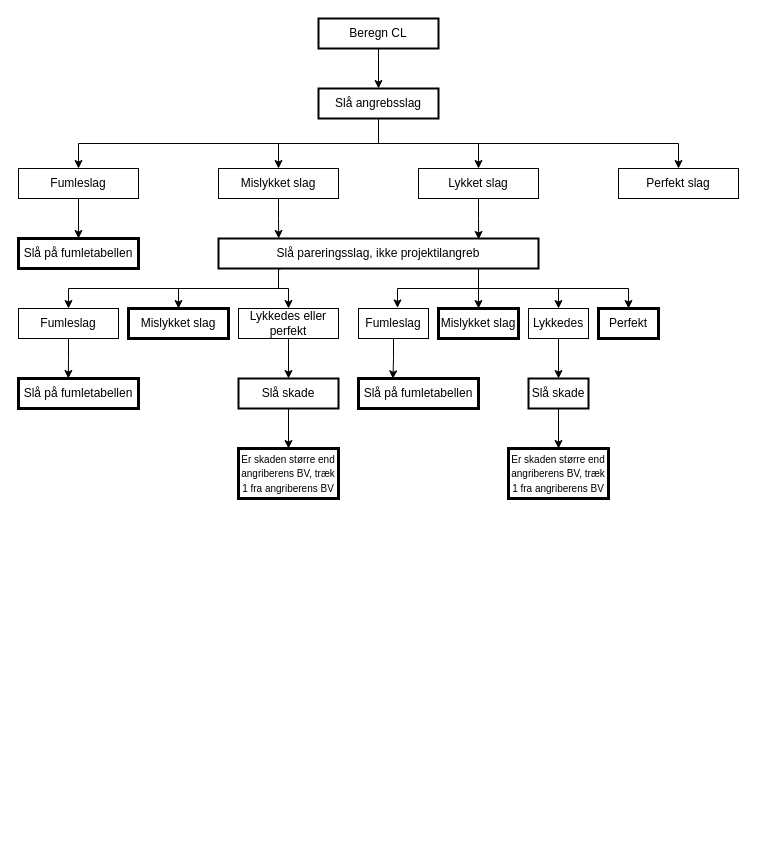
Before: kampdiagram.drawio in steampunklolcat/DoD4DK, a draw.io diagram. Source tidied: cells renumbered, new cells numbered last; positions are measured from the earlier drawing's top-left corner, leaving out a move shared by most shapes. Both pictures are drawn from the tidied source at 100%, with x=0, y=0 at pixel (18, 18).
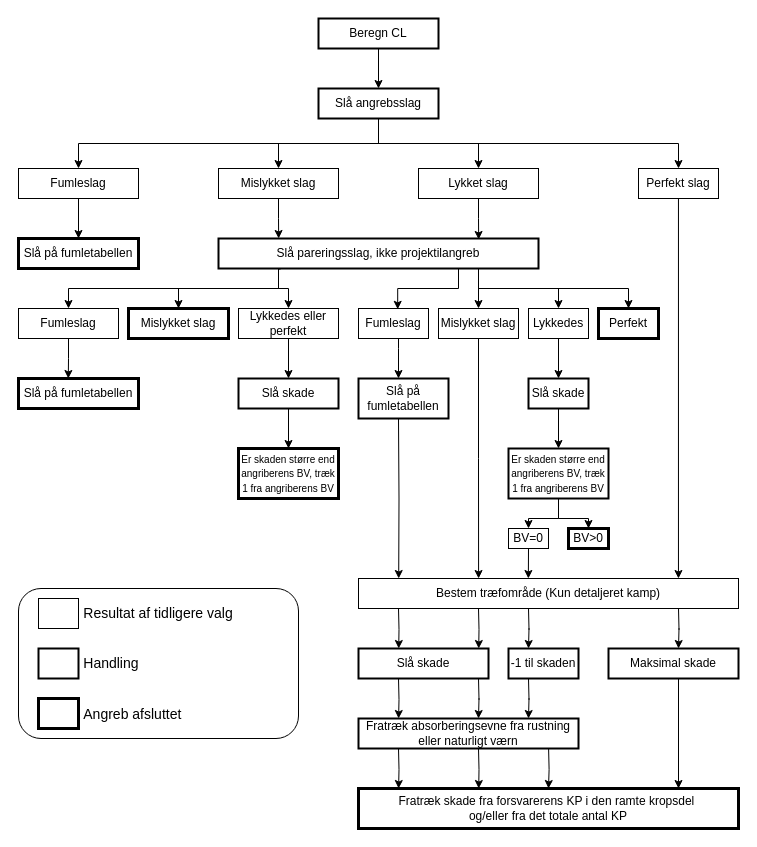
After the change.

Unchanged cells that the change refers to:
```xml
<mxCell id="8" value="Slå angrebsslag" style="rounded=0;whiteSpace=wrap;html=1;strokeWidth=2;" parent="1" vertex="1">
  <mxGeometry x="300" y="70" width="120" height="30" as="geometry" />
</mxCell>
<mxCell id="21" value="Slå pareringsslag, ikke projektilangreb" style="rounded=0;whiteSpace=wrap;html=1;strokeWidth=2;" parent="1" vertex="1">
  <mxGeometry x="200" y="220" width="320" height="30" as="geometry" />
</mxCell>
<mxCell id="32" value="Fumleslag" style="rounded=0;whiteSpace=wrap;html=1;" parent="1" vertex="1">
  <mxGeometry x="340" y="290" width="70" height="30" as="geometry" />
</mxCell>
```

The edit, as a diff of the source:
```diff
@@
-    <mxCell id="7" style="edgeStyle=orthogonalEdgeStyle;rounded=0;jettySize=auto;html=1;exitX=0.5;exitY=1;exitDx=0;exitDy=0;entryX=0.5;entryY=0;entryDx=0;entryDy=0;" parent="1" edge="1" source="8" target="13">
+    <mxCell id="7" style="edgeStyle=orthogonalEdgeStyle;rounded=0;jettySize=auto;html=1;exitX=0.5;exitY=1;exitDx=0;exitDy=0;" parent="1" edge="1" source="8" target="13">
       <mxGeometry relative="1" as="geometry" />
     </mxCell>
@@
+    <mxCell id="44" style="edgeStyle=orthogonalEdgeStyle;rounded=0;jettySize=auto;html=1;entryX=0.842;entryY=0;entryDx=0;entryDy=0;entryPerimeter=0;" parent="1" edge="1" source="13" target="49">
+      <mxGeometry relative="1" as="geometry" />
+    </mxCell>
     <mxCell id="13" value="Perfekt slag" style="rounded=0;whiteSpace=wrap;html=1;" parent="1" vertex="1">
-      <mxGeometry x="600" y="150" width="120" height="30" as="geometry" />
+      <mxGeometry x="620" y="150" width="80" height="30" as="geometry" />
     </mxCell>
@@
+    <mxCell id="42" style="edgeStyle=orthogonalEdgeStyle;rounded=0;jettySize=auto;html=1;exitX=0.75;exitY=1;exitDx=0;exitDy=0;entryX=0.56;entryY=0.027;entryDx=0;entryDy=0;entryPerimeter=0;" parent="1" edge="1" source="21" target="32">
+      <mxGeometry relative="1" as="geometry">
+        <Array as="points">
+          <mxPoint x="440" y="270" />
+          <mxPoint x="380" y="270" />
+          <mxPoint x="380" y="291" />
+        </Array>
+      </mxGeometry>
+    </mxCell>
@@
+    <mxCell id="43" style="edgeStyle=orthogonalEdgeStyle;rounded=0;jettySize=auto;html=1;" parent="1" edge="1" source="32" target="36">
+      <mxGeometry relative="1" as="geometry">
+        <Array as="points">
+          <mxPoint x="380" y="330" />
+          <mxPoint x="380" y="330" />
+        </Array>
+      </mxGeometry>
+    </mxCell>
@@
-    <mxCell id="33" value="Mislykket slag" style="rounded=0;whiteSpace=wrap;html=1;strokeWidth=3;" parent="1" vertex="1">
+    <mxCell id="33" value="Mislykket slag" style="rounded=0;whiteSpace=wrap;html=1;strokeWidth=1;" parent="1" vertex="1">
       <mxGeometry x="420" y="290" width="80" height="30" as="geometry" />
     </mxCell>
@@
-    <mxCell id="36" value="Slå på fumletabellen" style="rounded=0;whiteSpace=wrap;html=1;strokeWidth=3;" parent="1" vertex="1">
-      <mxGeometry x="340" y="360" width="120" height="30" as="geometry" />
+    <mxCell id="36" value="Slå på&lt;div&gt;fumletabellen&lt;/div&gt;" style="rounded=0;whiteSpace=wrap;html=1;strokeWidth=2;" parent="1" vertex="1">
+      <mxGeometry x="340" y="360" width="90" height="40" as="geometry" />
     </mxCell>
@@
+    <mxCell id="45" style="edgeStyle=orthogonalEdgeStyle;rounded=0;jettySize=auto;html=1;exitX=0.5;exitY=1;exitDx=0;exitDy=0;entryX=0.5;entryY=0;entryDx=0;entryDy=0;" parent="1" edge="1" source="39" target="48">
+      <mxGeometry relative="1" as="geometry" />
+    </mxCell>
+    <mxCell id="46" style="edgeStyle=orthogonalEdgeStyle;rounded=0;jettySize=auto;html=1;exitX=0.5;exitY=1;exitDx=0;exitDy=0;entryX=0.5;entryY=0;entryDx=0;entryDy=0;" parent="1" edge="1" source="39" target="47">
+      <mxGeometry relative="1" as="geometry" />
+    </mxCell>
-    <mxCell id="39" value="&lt;font style=&quot;font-size: 10px;&quot;&gt;Er skaden større end angriberens BV, træk 1 fra angriberens BV&lt;/font&gt;" style="rounded=0;whiteSpace=wrap;html=1;strokeWidth=3;" parent="1" vertex="1">
+    <mxCell id="39" value="&lt;font style=&quot;font-size: 10px;&quot;&gt;Er skaden større end angriberens BV, træk 1 fra angriberens BV&lt;/font&gt;" style="rounded=0;whiteSpace=wrap;html=1;strokeWidth=2;" parent="1" vertex="1">
       <mxGeometry x="490" y="430" width="100" height="50" as="geometry" />
     </mxCell>
@@
-    <mxCell id="42" style="edgeStyle=orthogonalEdgeStyle;rounded=0;jettySize=auto;html=1;exitX=0.75;exitY=1;exitDx=0;exitDy=0;entryX=0.557;entryY=-0.019;entryDx=0;entryDy=0;entryPerimeter=0;" parent="1" edge="1" source="21" target="32">
-      <mxGeometry relative="1" as="geometry">
-        <Array as="points">
-          <mxPoint x="460" y="250" />
-          <mxPoint x="460" y="270" />
-          <mxPoint x="379" y="270" />
-        </Array>
-      </mxGeometry>
-    </mxCell>
-    <mxCell id="43" style="edgeStyle=orthogonalEdgeStyle;rounded=0;jettySize=auto;html=1;exitX=0.5;exitY=1;exitDx=0;exitDy=0;entryX=0.287;entryY=0.01;entryDx=0;entryDy=0;entryPerimeter=0;" parent="1" edge="1" source="32" target="36">
-      <mxGeometry relative="1" as="geometry" />
-    </mxCell>
+    <mxCell id="47" value="BV=0" style="rounded=0;whiteSpace=wrap;html=1;" parent="1" vertex="1">
+      <mxGeometry x="490" y="510" width="40" height="20" as="geometry" />
+    </mxCell>
+    <mxCell id="48" value="BV&amp;gt;0" style="rounded=0;whiteSpace=wrap;html=1;strokeWidth=3;" parent="1" vertex="1">
+      <mxGeometry x="550" y="510" width="40" height="20" as="geometry" />
+    </mxCell>
+    <mxCell id="49" value="Bestem træfområde (Kun detaljeret kamp)" style="rounded=0;whiteSpace=wrap;html=1;" parent="1" vertex="1">
+      <mxGeometry x="340" y="560" width="380" height="30" as="geometry" />
+    </mxCell>
+    <mxCell id="50" style="edgeStyle=orthogonalEdgeStyle;rounded=0;jettySize=auto;html=1;exitX=0.5;exitY=1;exitDx=0;exitDy=0;entryX=0.447;entryY=0;entryDx=0;entryDy=0;entryPerimeter=0;" parent="1" edge="1" source="47" target="49">
+      <mxGeometry relative="1" as="geometry" />
+    </mxCell>
+    <mxCell id="51" value="Fratræk skade fra forsvarerens KP i den ramte kropsdel&amp;nbsp;&lt;div&gt;&lt;span style=&quot;background-color: initial;&quot;&gt;og/eller fra det totale antal KP&lt;/span&gt;&lt;/div&gt;" style="rounded=0;whiteSpace=wrap;html=1;strokeWidth=3;" parent="1" vertex="1">
+      <mxGeometry x="340" y="770" width="380" height="40" as="geometry" />
+    </mxCell>
+    <mxCell id="52" value="Slå skade" style="rounded=0;whiteSpace=wrap;html=1;strokeWidth=2;" parent="1" vertex="1">
+      <mxGeometry x="340" y="630" width="130" height="30" as="geometry" />
+    </mxCell>
+    <mxCell id="53" style="edgeStyle=orthogonalEdgeStyle;rounded=0;orthogonalLoop=1;jettySize=auto;html=1;exitX=0.5;exitY=1;exitDx=0;exitDy=0;entryX=0.119;entryY=0;entryDx=0;entryDy=0;entryPerimeter=0;" parent="1" edge="1">
+      <mxGeometry relative="1" as="geometry">
+        <mxPoint x="380" y="400" as="sourcePoint" />
+        <mxPoint x="380.2" y="560" as="targetPoint" />
+      </mxGeometry>
+    </mxCell>
+    <mxCell id="54" style="edgeStyle=orthogonalEdgeStyle;rounded=0;jettySize=auto;html=1;exitX=0.5;exitY=1;exitDx=0;exitDy=0;entryX=0.316;entryY=0;entryDx=0;entryDy=0;entryPerimeter=0;" parent="1" edge="1" source="33" target="49">
+      <mxGeometry relative="1" as="geometry" />
+    </mxCell>
+    <mxCell id="55" style="edgeStyle=orthogonalEdgeStyle;rounded=0;orthogonalLoop=1;jettySize=auto;html=1;exitX=0.25;exitY=1;exitDx=0;exitDy=0;entryX=0.732;entryY=0;entryDx=0;entryDy=0;entryPerimeter=0;" parent="1" edge="1">
+      <mxGeometry relative="1" as="geometry">
+        <mxPoint x="380" y="590" as="sourcePoint" />
+        <mxPoint x="380.2" y="630" as="targetPoint" />
+      </mxGeometry>
+    </mxCell>
+    <mxCell id="56" style="edgeStyle=orthogonalEdgeStyle;rounded=0;orthogonalLoop=1;jettySize=auto;html=1;exitX=0.25;exitY=1;exitDx=0;exitDy=0;entryX=0.732;entryY=0;entryDx=0;entryDy=0;entryPerimeter=0;" parent="1" edge="1">
+      <mxGeometry relative="1" as="geometry">
+        <mxPoint x="460" y="590" as="sourcePoint" />
+        <mxPoint x="460.2" y="630" as="targetPoint" />
+      </mxGeometry>
+    </mxCell>
+    <mxCell id="57" value="-1 til skaden" style="rounded=0;whiteSpace=wrap;html=1;strokeWidth=2;" parent="1" vertex="1">
+      <mxGeometry x="490" y="630" width="70" height="30" as="geometry" />
+    </mxCell>
+    <mxCell id="58" value="Maksimal skade" style="rounded=0;whiteSpace=wrap;html=1;strokeWidth=2;" parent="1" vertex="1">
+      <mxGeometry x="590" y="630" width="130" height="30" as="geometry" />
+    </mxCell>
+    <mxCell id="59" style="edgeStyle=orthogonalEdgeStyle;rounded=0;orthogonalLoop=1;jettySize=auto;html=1;exitX=0.75;exitY=1;exitDx=0;exitDy=0;entryX=0.269;entryY=0;entryDx=0;entryDy=0;entryPerimeter=0;" parent="1" edge="1">
+      <mxGeometry relative="1" as="geometry">
+        <mxPoint x="660" y="590" as="sourcePoint" />
+        <mxPoint x="660" y="630" as="targetPoint" />
+      </mxGeometry>
+    </mxCell>
+    <mxCell id="60" value="Fratræk absorberingsevne fra rustning eller naturligt værn" style="rounded=0;whiteSpace=wrap;html=1;strokeWidth=2;" parent="1" vertex="1">
+      <mxGeometry x="340" y="700" width="220" height="30" as="geometry" />
+    </mxCell>
+    <mxCell id="61" style="edgeStyle=orthogonalEdgeStyle;rounded=0;orthogonalLoop=1;jettySize=auto;html=1;exitX=0.5;exitY=1;exitDx=0;exitDy=0;entryX=0.571;entryY=0;entryDx=0;entryDy=0;entryPerimeter=0;" parent="1" edge="1">
+      <mxGeometry relative="1" as="geometry">
+        <mxPoint x="510" y="590" as="sourcePoint" />
+        <mxPoint x="510" y="630" as="targetPoint" />
+      </mxGeometry>
+    </mxCell>
+    <mxCell id="62" style="edgeStyle=orthogonalEdgeStyle;rounded=0;orthogonalLoop=1;jettySize=auto;html=1;exitX=0.5;exitY=1;exitDx=0;exitDy=0;entryX=0.841;entryY=0;entryDx=0;entryDy=0;entryPerimeter=0;" parent="1" edge="1">
+      <mxGeometry relative="1" as="geometry">
+        <mxPoint x="510" y="660" as="sourcePoint" />
+        <mxPoint x="510" y="700" as="targetPoint" />
+      </mxGeometry>
+    </mxCell>
+    <mxCell id="63" style="edgeStyle=orthogonalEdgeStyle;rounded=0;orthogonalLoop=1;jettySize=auto;html=1;exitX=0.75;exitY=1;exitDx=0;exitDy=0;entryX=0.443;entryY=0;entryDx=0;entryDy=0;entryPerimeter=0;" parent="1" edge="1">
+      <mxGeometry relative="1" as="geometry">
+        <mxPoint x="460" y="660" as="sourcePoint" />
+        <mxPoint x="460" y="700" as="targetPoint" />
+      </mxGeometry>
+    </mxCell>
+    <mxCell id="64" style="edgeStyle=orthogonalEdgeStyle;rounded=0;orthogonalLoop=1;jettySize=auto;html=1;exitX=0.25;exitY=1;exitDx=0;exitDy=0;entryX=0.148;entryY=0;entryDx=0;entryDy=0;entryPerimeter=0;" parent="1" edge="1">
+      <mxGeometry relative="1" as="geometry">
+        <mxPoint x="380" y="660" as="sourcePoint" />
+        <mxPoint x="380.1" y="700" as="targetPoint" />
+      </mxGeometry>
+    </mxCell>
+    <mxCell id="65" style="edgeStyle=orthogonalEdgeStyle;rounded=0;orthogonalLoop=1;jettySize=auto;html=1;exitX=0.25;exitY=1;exitDx=0;exitDy=0;entryX=0.145;entryY=0;entryDx=0;entryDy=0;entryPerimeter=0;" parent="1" edge="1">
+      <mxGeometry relative="1" as="geometry">
+        <mxPoint x="380" y="730" as="sourcePoint" />
+        <mxPoint x="380.1" y="770" as="targetPoint" />
+      </mxGeometry>
+    </mxCell>
+    <mxCell id="66" style="edgeStyle=orthogonalEdgeStyle;rounded=0;orthogonalLoop=1;jettySize=auto;html=1;exitX=0.5;exitY=1;exitDx=0;exitDy=0;entryX=0.29;entryY=0;entryDx=0;entryDy=0;entryPerimeter=0;" parent="1" edge="1">
+      <mxGeometry relative="1" as="geometry">
+        <mxPoint x="460" y="730" as="sourcePoint" />
+        <mxPoint x="460.2" y="770" as="targetPoint" />
+      </mxGeometry>
+    </mxCell>
+    <mxCell id="67" style="edgeStyle=orthogonalEdgeStyle;rounded=0;orthogonalLoop=1;jettySize=auto;html=1;exitX=0.75;exitY=1;exitDx=0;exitDy=0;entryX=0.434;entryY=0;entryDx=0;entryDy=0;entryPerimeter=0;" parent="1" edge="1">
+      <mxGeometry relative="1" as="geometry">
+        <mxPoint x="530.1" y="730" as="sourcePoint" />
+        <mxPoint x="530" y="770" as="targetPoint" />
+      </mxGeometry>
+    </mxCell>
+    <mxCell id="68" style="edgeStyle=orthogonalEdgeStyle;rounded=0;orthogonalLoop=1;jettySize=auto;html=1;exitX=0.5;exitY=1;exitDx=0;exitDy=0;entryX=0.829;entryY=0;entryDx=0;entryDy=0;entryPerimeter=0;" parent="1" edge="1">
+      <mxGeometry relative="1" as="geometry">
+        <mxPoint x="660" y="660" as="sourcePoint" />
+        <mxPoint x="660" y="770" as="targetPoint" />
+      </mxGeometry>
+    </mxCell>
+    <mxCell id="69" value="&lt;div style=&quot;text-align: justify; font-size: 14px;&quot;&gt;&lt;span style=&quot;background-color: initial;&quot;&gt;&lt;font style=&quot;font-size: 14px;&quot;&gt;Resultat af tidligere valg&lt;/font&gt;&lt;/span&gt;&lt;/div&gt;&lt;div style=&quot;text-align: justify; font-size: 14px;&quot;&gt;&lt;br&gt;&lt;/div&gt;&lt;div style=&quot;text-align: justify; font-size: 14px; padding-top: 0px;&quot;&gt;&lt;br&gt;&lt;/div&gt;&lt;div style=&quot;text-align: justify; font-size: 14px;&quot;&gt;&lt;font style=&quot;font-size: 14px;&quot;&gt;Handling&lt;/font&gt;&lt;/div&gt;&lt;div style=&quot;text-align: justify; font-size: 14px;&quot;&gt;&lt;font style=&quot;font-size: 14px;&quot;&gt;&lt;br&gt;&lt;/font&gt;&lt;/div&gt;&lt;div style=&quot;text-align: justify; font-size: 14px;&quot;&gt;&lt;br&gt;&lt;/div&gt;&lt;div style=&quot;text-align: justify; font-size: 14px;&quot;&gt;&lt;font style=&quot;font-size: 14px;&quot;&gt;Angreb afsluttet&lt;/font&gt;&lt;/div&gt;" style="rounded=1;whiteSpace=wrap;html=1;align=center;" parent="1" vertex="1">
+      <mxGeometry y="570" width="280" height="150" as="geometry" />
+    </mxCell>
+    <mxCell id="70" style="rounded=0;whiteSpace=wrap;html=1;strokeWidth=2;" parent="1" vertex="1">
+      <mxGeometry x="20" y="630" width="40" height="30" as="geometry" />
+    </mxCell>
+    <mxCell id="71" style="rounded=0;whiteSpace=wrap;html=1;strokeWidth=3;" parent="1" vertex="1">
+      <mxGeometry x="20" y="680" width="40" height="30" as="geometry" />
+    </mxCell>
+    <mxCell id="72" style="rounded=0;whiteSpace=wrap;html=1;" parent="1" vertex="1">
+      <mxGeometry x="20" y="580" width="40" height="30" as="geometry" />
+    </mxCell>
```
